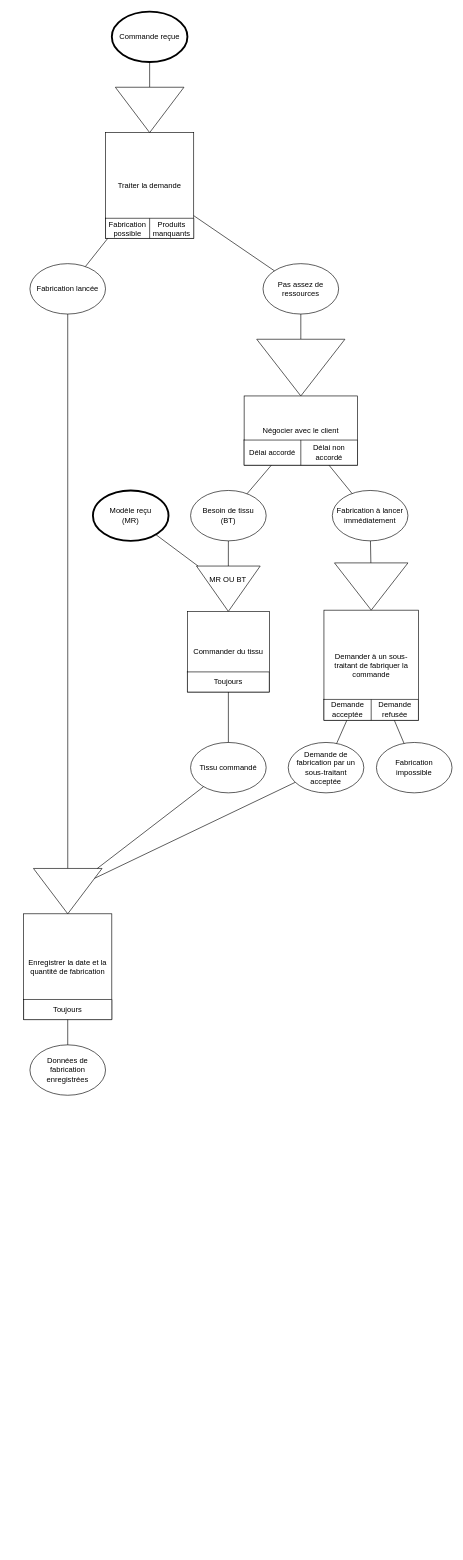
anthony-tron/prod-appli-td1 keeps this draw.io diagram as Untitled Diagram.drawio. Above is the earlier version. Source tidied: cells renumbered, new cells numbered last; positions are measured from the earlier drawing's top-left corner, leaving out a move shared by most shapes. Both pictures are drawn from the tidied source at 63%, with x=0, y=0 at pixel (23, 11).
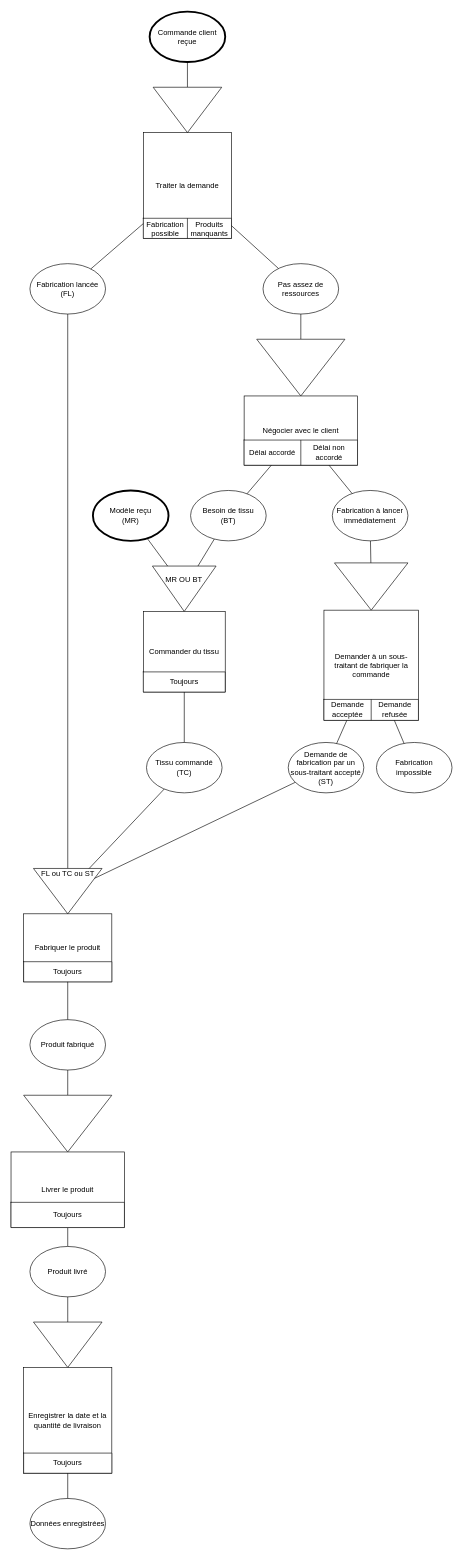
Above is the later version.

Unchanged cells that the change refers to:
```xml
<mxCell id="3" style="group;" parent="1" vertex="1">
  <mxGeometry y="1360" width="140" height="240" as="geometry" />
</mxCell>
```

What changed in the source:
```diff
@@
-    <mxCell id="4" value="Enregistrer la date et la quantité de fabrication" style="rounded=0;whiteSpace=wrap;html=1;" parent="3" vertex="1">
-      <mxGeometry y="72" width="140" height="168" as="geometry" />
+    <mxCell id="4" value="Fabriquer le produit" style="rounded=0;whiteSpace=wrap;html=1;" parent="3" vertex="1">
+      <mxGeometry y="72" width="140" height="108" as="geometry" />
     </mxCell>
-    <mxCell id="5" style="triangle;whiteSpace=wrap;html=1;rotation=0;direction=south;" parent="3" vertex="1">
+    <mxCell id="5" value="&lt;div&gt;FL ou TC ou ST&lt;/div&gt;&lt;div&gt;&lt;br&gt;&lt;/div&gt;&lt;div&gt;&lt;br&gt;&lt;/div&gt;&lt;div&gt;&lt;br&gt;&lt;/div&gt;&lt;div&gt;&lt;br&gt;&lt;/div&gt;" style="triangle;whiteSpace=wrap;html=1;rotation=0;direction=south;" parent="3" vertex="1">
       <mxGeometry x="15.6" width="108.9" height="72" as="geometry" />
     </mxCell>
     <mxCell id="6" style="shape=table;html=1;whiteSpace=wrap;startSize=0;childLayout=tableLayout;" parent="3" vertex="1">
-      <mxGeometry y="208" width="140" height="32" as="geometry" />
+      <mxGeometry y="148" width="140" height="32" as="geometry" />
     </mxCell>
@@
+    <mxCell id="61" style="edgeStyle=none;rounded=0;jettySize=auto;html=1;endArrow=none;endFill=0;" parent="1" edge="1" source="9" target="73">
+      <mxGeometry relative="1" as="geometry" />
+    </mxCell>
-    <mxCell id="9" value="Données de fabrication enregistrées" style="ellipse;whiteSpace=wrap;html=1;rounded=0;" parent="1" vertex="1">
-      <mxGeometry x="10" y="1640" width="120" height="80" as="geometry" />
+    <mxCell id="9" value="Produit fabriqué" style="ellipse;whiteSpace=wrap;html=1;rounded=0;" parent="1" vertex="1">
+      <mxGeometry x="10" y="1600" width="120" height="80" as="geometry" />
     </mxCell>
@@
     <mxCell id="12" style="group;" parent="1" vertex="1">
-      <mxGeometry x="130" y="120" width="140" height="240" as="geometry" />
+      <mxGeometry x="190" y="120" width="140" height="240" as="geometry" />
     </mxCell>
@@
-    <mxCell id="21" value="Fabrication lancée" style="ellipse;whiteSpace=wrap;html=1;" parent="1" vertex="1">
+    <mxCell id="21" value="Fabrication lancée&lt;br&gt;(FL)" style="ellipse;whiteSpace=wrap;html=1;" parent="1" vertex="1">
       <mxGeometry x="10" y="400" width="120" height="80" as="geometry" />
     </mxCell>
@@
     <mxCell id="29" style="group;" parent="1" vertex="1">
-      <mxGeometry x="260" y="880" width="130" height="240" as="geometry" />
+      <mxGeometry x="190" y="880" width="130" height="240" as="geometry" />
     </mxCell>
@@
-    <mxCell id="36" value="Tissu commandé" style="ellipse;whiteSpace=wrap;html=1;rounded=0;" parent="1" vertex="1">
-      <mxGeometry x="265" y="1160" width="120" height="80" as="geometry" />
+    <mxCell id="36" value="&lt;div&gt;Tissu commandé&lt;/div&gt;&lt;div&gt;(TC)&lt;br&gt;&lt;/div&gt;" style="ellipse;whiteSpace=wrap;html=1;rounded=0;" parent="1" vertex="1">
+      <mxGeometry x="195" y="1160" width="120" height="80" as="geometry" />
     </mxCell>
@@
-    <mxCell id="52" value="Demande de fabrication par un sous-traitant acceptée" style="ellipse;whiteSpace=wrap;html=1;" parent="1" vertex="1">
+    <mxCell id="52" value="&lt;div&gt;Demande de fabrication par un sous-traitant accepté&lt;br&gt;(ST)&lt;br&gt;&lt;/div&gt;" style="ellipse;whiteSpace=wrap;html=1;" parent="1" vertex="1">
       <mxGeometry x="420" y="1160" width="120" height="80" as="geometry" />
     </mxCell>
@@
-    <mxCell id="57" value="Commande reçue" style="ellipse;whiteSpace=wrap;html=1;strokeWidth=3;gradientColor=none;" parent="1" vertex="1">
-      <mxGeometry x="140" width="120" height="80" as="geometry" />
+    <mxCell id="57" value="Commande client reçue" style="ellipse;whiteSpace=wrap;html=1;strokeWidth=3;gradientColor=none;" parent="1" vertex="1">
+      <mxGeometry x="200" width="120" height="80" as="geometry" />
     </mxCell>
@@
+    <mxCell id="62" style="group;" parent="1" vertex="1">
+      <mxGeometry y="2080" width="140" height="240" as="geometry" />
+    </mxCell>
+    <mxCell id="63" value="Enregistrer la date et la quantité de livraison" style="rounded=0;whiteSpace=wrap;html=1;" parent="62" vertex="1">
+      <mxGeometry y="72" width="140" height="168" as="geometry" />
+    </mxCell>
+    <mxCell id="64" style="triangle;whiteSpace=wrap;html=1;rotation=0;direction=south;" parent="62" vertex="1">
+      <mxGeometry x="15.6" width="108.9" height="72" as="geometry" />
+    </mxCell>
+    <mxCell id="65" style="shape=table;html=1;whiteSpace=wrap;startSize=0;childLayout=tableLayout;" parent="62" vertex="1">
+      <mxGeometry y="208" width="140" height="32" as="geometry" />
+    </mxCell>
+    <mxCell id="66" style="shape=partialRectangle;html=1;whiteSpace=wrap;fillColor=none;top=0;left=0;bottom=0;right=0;" parent="65" vertex="1">
+      <mxGeometry width="140" height="32" as="geometry" />
+    </mxCell>
+    <mxCell id="67" value="Toujours" style="shape=partialRectangle;html=1;whiteSpace=wrap;fillColor=none;top=0;left=0;bottom=0;right=0;overflow=hidden;" parent="66" vertex="1">
+      <mxGeometry width="140" height="32" as="geometry" />
+    </mxCell>
+    <mxCell id="68" value="Données enregistrées" style="ellipse;whiteSpace=wrap;html=1;rounded=0;" parent="1" vertex="1">
+      <mxGeometry x="10" y="2360" width="120" height="80" as="geometry" />
+    </mxCell>
+    <mxCell id="69" style="edgeStyle=none;rounded=0;jettySize=auto;html=1;endArrow=none;endFill=0;" parent="1" edge="1" source="63" target="68">
+      <mxGeometry relative="1" as="geometry" />
+    </mxCell>
+    <mxCell id="70" style="group;" parent="1" vertex="1">
+      <mxGeometry x="-20" y="1720" width="180" height="300" as="geometry" />
+    </mxCell>
+    <mxCell id="71" style="edgeStyle=none;rounded=0;jettySize=auto;html=1;endArrow=none;endFill=0;" parent="70" edge="1" source="72" target="77">
+      <mxGeometry relative="1" as="geometry" />
+    </mxCell>
+    <mxCell id="72" value="Livrer le produit" style="rounded=0;whiteSpace=wrap;html=1;" parent="70" vertex="1">
+      <mxGeometry y="90" width="180" height="120" as="geometry" />
+    </mxCell>
+    <mxCell id="73" style="triangle;whiteSpace=wrap;html=1;rotation=0;direction=south;" parent="70" vertex="1">
+      <mxGeometry x="20" width="140" height="90" as="geometry" />
+    </mxCell>
+    <mxCell id="74" style="shape=table;html=1;whiteSpace=wrap;startSize=0;childLayout=tableLayout;" parent="70" vertex="1">
+      <mxGeometry y="170" width="180" height="40" as="geometry" />
+    </mxCell>
+    <mxCell id="75" style="shape=partialRectangle;html=1;whiteSpace=wrap;fillColor=none;top=0;left=0;bottom=0;right=0;" parent="74" vertex="1">
+      <mxGeometry width="180" height="40" as="geometry" />
+    </mxCell>
+    <mxCell id="76" value="Toujours" style="shape=partialRectangle;html=1;whiteSpace=wrap;fillColor=none;top=0;left=0;bottom=0;right=0;overflow=hidden;" parent="75" vertex="1">
+      <mxGeometry width="180" height="40" as="geometry" />
+    </mxCell>
+    <mxCell id="77" value="Produit livré" style="ellipse;whiteSpace=wrap;html=1;rounded=0;" parent="70" vertex="1">
+      <mxGeometry x="30" y="240" width="120" height="80" as="geometry" />
+    </mxCell>
+    <mxCell id="78" style="edgeStyle=none;rounded=0;jettySize=auto;html=1;endArrow=none;endFill=0;" parent="1" edge="1" source="77" target="64">
+      <mxGeometry relative="1" as="geometry" />
+    </mxCell>
```
